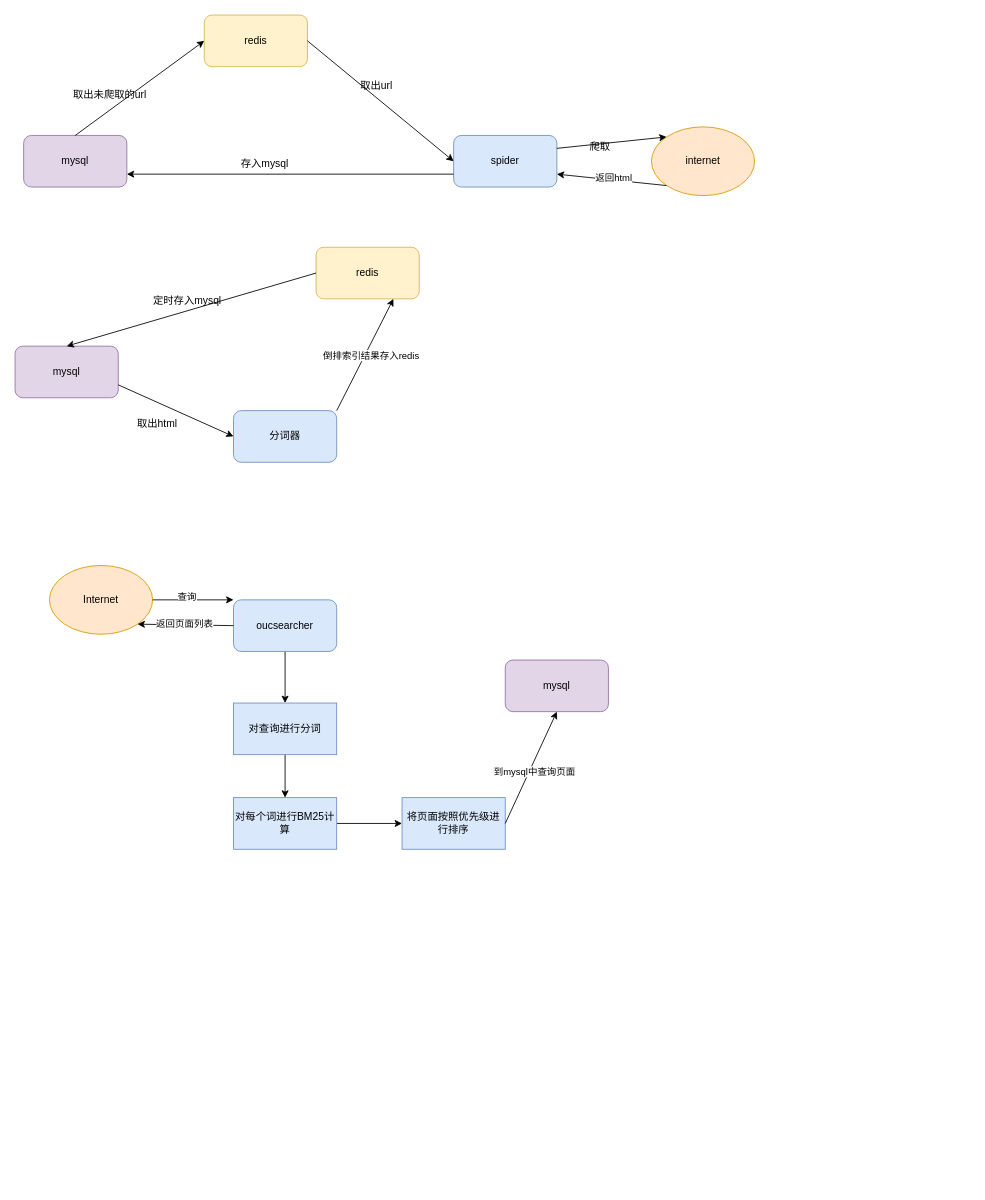
This is oucsearch.drawio from dx2331lxz/drawio, a draw.io file, before an edit. Source tidied: cells renumbered, new cells numbered last; positions are measured from the earlier drawing's top-left corner, leaving out a move shared by most shapes. Both pictures are drawn from the tidied source at 86%, with x=0, y=0 at pixel (15, 15).
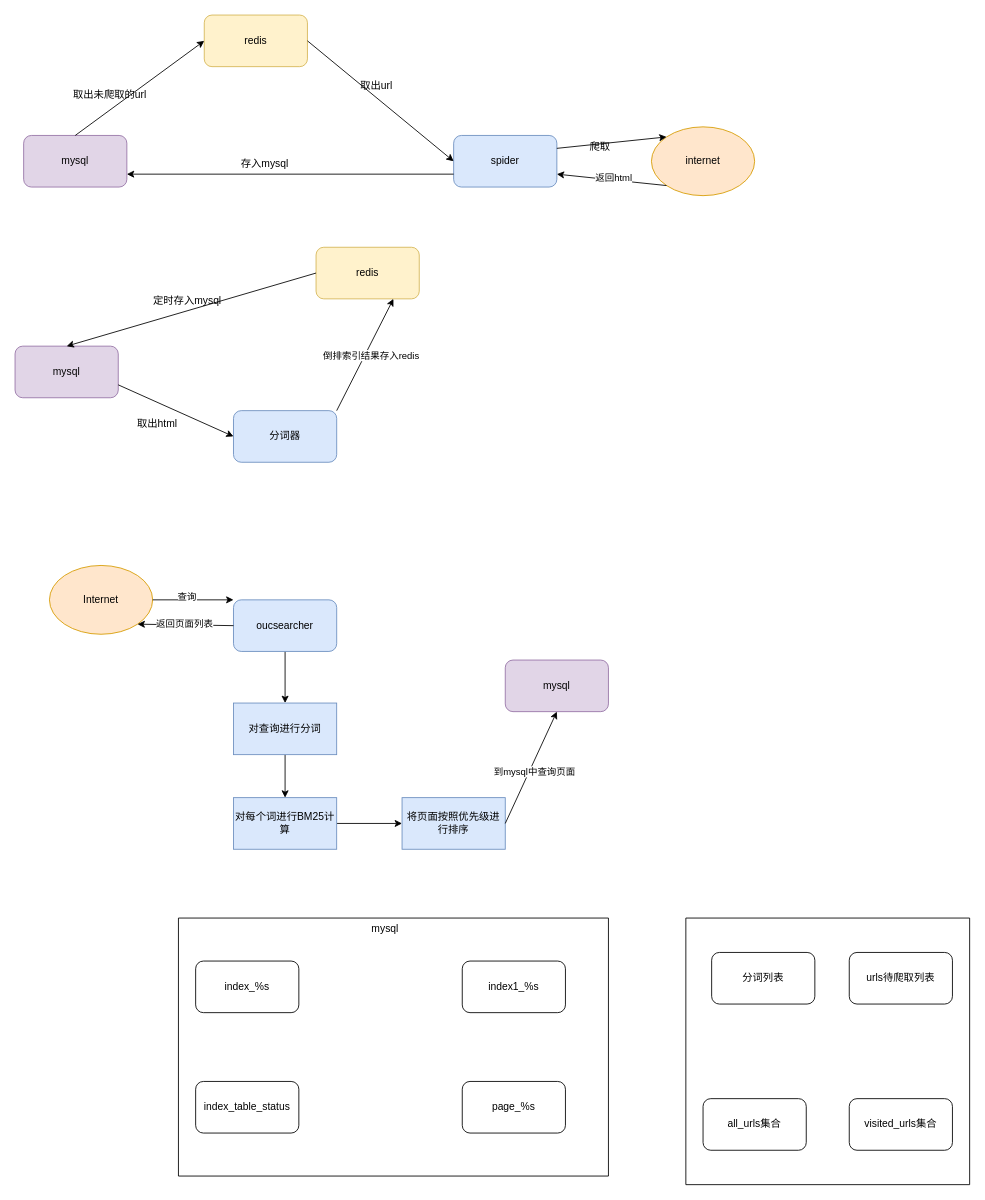
Above is the later version.

Diff of the diagram source:
```diff
@@
+    <mxCell id="40" style="swimlane;startSize=0;" parent="1" vertex="1">
+      <mxGeometry x="190" y="1050" width="500" height="300" as="geometry" />
+    </mxCell>
+    <mxCell id="41" value="index_%s" style="rounded=1;whiteSpace=wrap;html=1;" parent="40" vertex="1">
+      <mxGeometry x="20" y="50" width="120" height="60" as="geometry" />
+    </mxCell>
+    <mxCell id="42" value="index1_%s" style="rounded=1;whiteSpace=wrap;html=1;" parent="40" vertex="1">
+      <mxGeometry x="330" y="50" width="120" height="60" as="geometry" />
+    </mxCell>
+    <mxCell id="43" value="index_table_status" style="rounded=1;whiteSpace=wrap;html=1;" parent="40" vertex="1">
+      <mxGeometry x="20" y="190" width="120" height="60" as="geometry" />
+    </mxCell>
+    <mxCell id="44" value="page_%s" style="rounded=1;whiteSpace=wrap;html=1;" parent="40" vertex="1">
+      <mxGeometry x="330" y="190" width="120" height="60" as="geometry" />
+    </mxCell>
+    <mxCell id="45" value="mysql" style="text;html=1;align=center;verticalAlign=middle;strokeColor=none;fillColor=none;" parent="1" vertex="1">
+      <mxGeometry x="405" y="1048" width="50" height="30" as="geometry" />
+    </mxCell>
+    <mxCell id="46" style="swimlane;startSize=0;" parent="1" vertex="1">
+      <mxGeometry x="780" y="1050" width="330" height="310" as="geometry" />
+    </mxCell>
+    <mxCell id="47" value="分词列表" style="rounded=1;whiteSpace=wrap;html=1;" parent="46" vertex="1">
+      <mxGeometry x="30" y="40" width="120" height="60" as="geometry" />
+    </mxCell>
+    <mxCell id="48" value="urls待爬取列表" style="rounded=1;whiteSpace=wrap;html=1;" parent="46" vertex="1">
+      <mxGeometry x="190" y="40" width="120" height="60" as="geometry" />
+    </mxCell>
+    <mxCell id="49" value="all_urls集合" style="rounded=1;whiteSpace=wrap;html=1;" parent="46" vertex="1">
+      <mxGeometry x="20" y="210" width="120" height="60" as="geometry" />
+    </mxCell>
+    <mxCell id="50" value="visited_urls集合" style="rounded=1;whiteSpace=wrap;html=1;" parent="46" vertex="1">
+      <mxGeometry x="190" y="210" width="120" height="60" as="geometry" />
+    </mxCell>
```
